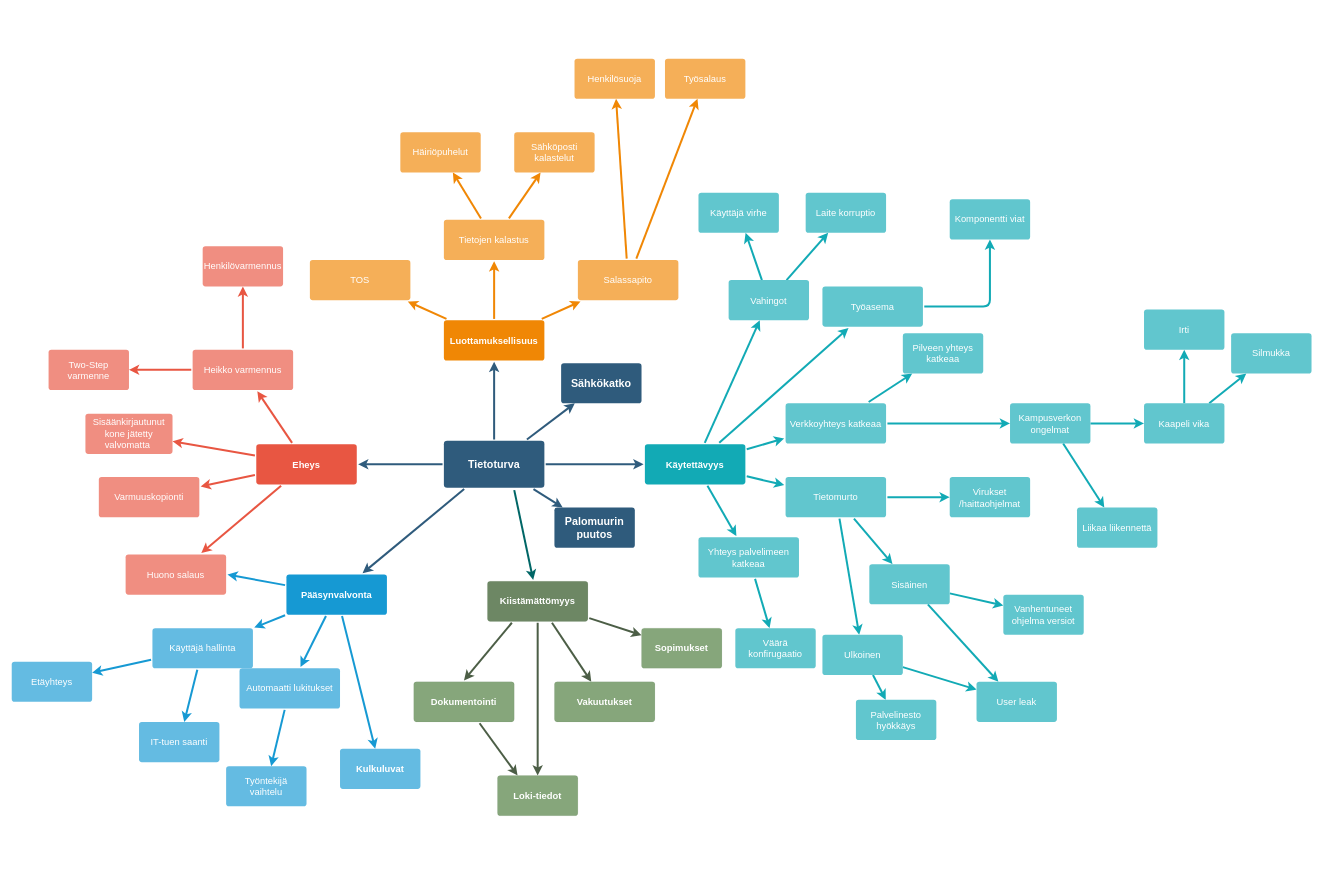
Above: docs/TietoturvaMindMap.drawio in eeroleppalehto/Kyberturvallisuus (draw.io), before the change. Source tidied: cells renumbered, new cells numbered last; positions are measured from the earlier drawing's top-left corner, leaving out a move shared by most shapes. Both pictures are drawn from the tidied source at 67%, with x=0, y=0 at pixel (11, 58).
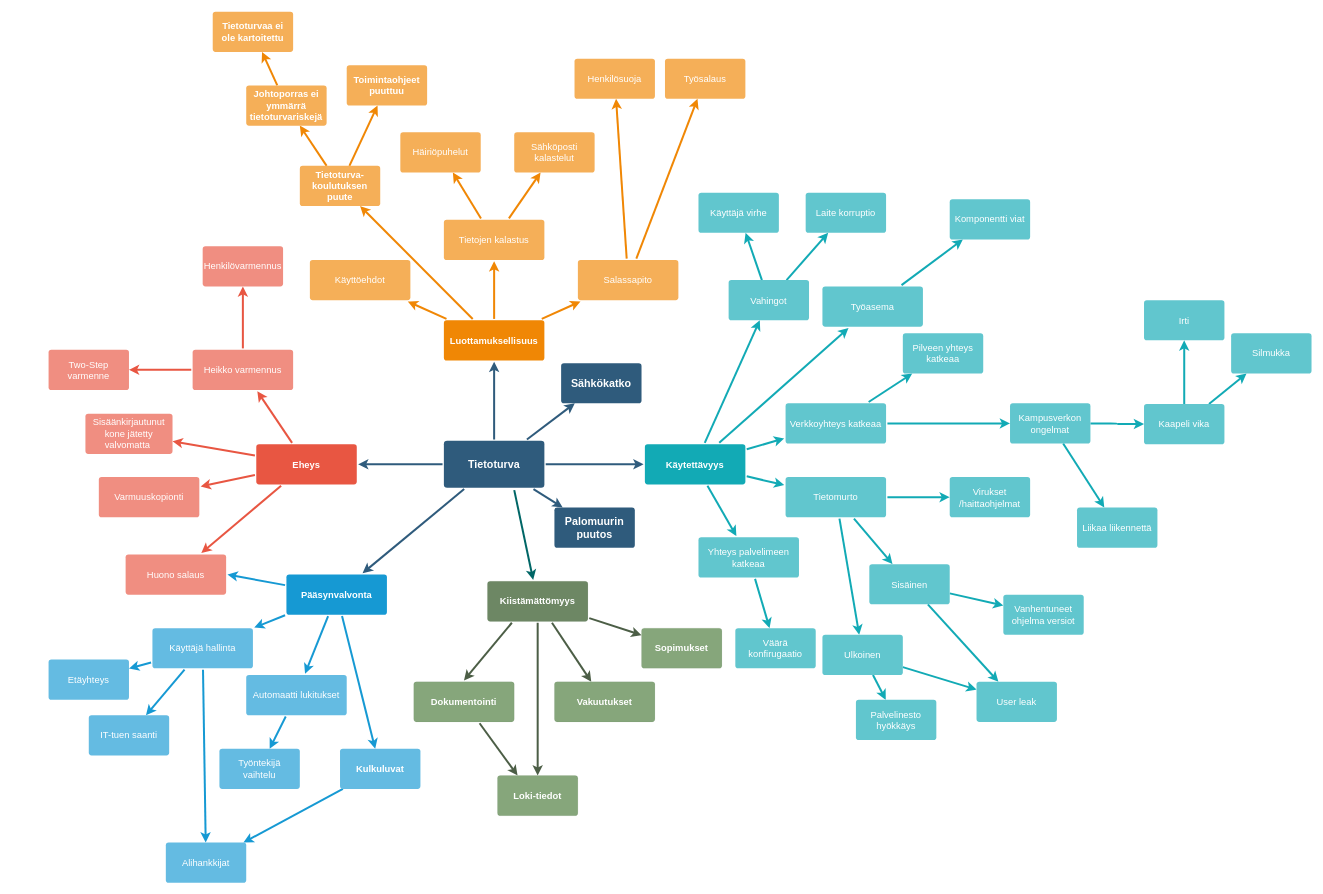
Above is the later version.

Unchanged cells that the change refers to:
```xml
<mxCell id="28" value="Käyttäjä hallinta" style="rounded=1;whiteSpace=wrap;html=1;shadow=0;labelBackgroundColor=none;strokeColor=none;strokeWidth=3;fillColor=#64bbe2;fontFamily=Helvetica;fontSize=14;fontColor=#FFFFFF;align=center;spacing=5;arcSize=7;perimeterSpacing=2;" parent="1" vertex="1">
  <mxGeometry x="210" y="850" width="150" height="60" as="geometry" />
</mxCell>
<mxCell id="29" value="Luottamuksellisuus" style="rounded=1;whiteSpace=wrap;html=1;shadow=0;labelBackgroundColor=none;strokeColor=none;strokeWidth=3;fillColor=#F08705;fontFamily=Helvetica;fontSize=14;fontColor=#FFFFFF;align=center;spacing=5;fontStyle=1;arcSize=7;perimeterSpacing=2;" parent="1" vertex="1">
  <mxGeometry x="645" y="390.5" width="150" height="60" as="geometry" />
</mxCell>
<mxCell id="55" value="Työasema" style="rounded=1;whiteSpace=wrap;html=1;shadow=0;labelBackgroundColor=none;strokeColor=none;strokeWidth=3;fillColor=#61c6ce;fontFamily=Helvetica;fontSize=14;fontColor=#FFFFFF;align=center;spacing=5;fontStyle=0;arcSize=7;perimeterSpacing=2;" parent="1" vertex="1">
  <mxGeometry x="1210" y="340" width="150" height="60" as="geometry" />
</mxCell>
<mxCell id="105" value="Komponentti viat" style="whiteSpace=wrap;html=1;fontSize=14;fillColor=#61c6ce;strokeColor=none;fontColor=#FFFFFF;rounded=1;shadow=0;labelBackgroundColor=none;strokeWidth=3;spacing=5;fontStyle=0;arcSize=7;" parent="1" vertex="1">
  <mxGeometry x="1400" y="210" width="120" height="60" as="geometry" />
</mxCell>
<mxCell id="106" value="Kulkuluvat" style="whiteSpace=wrap;html=1;fontSize=14;fillColor=#64bbe2;strokeColor=none;fontColor=#FFFFFF;rounded=1;shadow=0;labelBackgroundColor=none;strokeWidth=3;spacing=5;fontStyle=1;arcSize=7;" parent="1" vertex="1">
  <mxGeometry x="490" y="1030" width="120" height="60" as="geometry" />
</mxCell>
```

Change to the diagram source:
```diff
@@
     <mxCell id="25" value="Automaatti lukitukset" style="rounded=1;whiteSpace=wrap;html=1;shadow=0;labelBackgroundColor=none;strokeColor=none;strokeWidth=3;fillColor=#64bbe2;fontFamily=Helvetica;fontSize=14;fontColor=#FFFFFF;align=center;spacing=5;arcSize=7;perimeterSpacing=2;" parent="1" vertex="1">
-      <mxGeometry x="340" y="910" width="150" height="60" as="geometry" />
+      <mxGeometry x="350" y="920" width="150" height="60" as="geometry" />
     </mxCell>
@@
+    <mxCell id="108" style="edgeStyle=none;rounded=0;jettySize=auto;html=1;labelBackgroundColor=none;fontSize=14;strokeColor=#1699D3;fontColor=#FFFFFF;shadow=0;startArrow=none;startFill=0;endFill=1;strokeWidth=3;spacing=5;" parent="1" edge="1" source="28" target="116">
+      <mxGeometry relative="1" as="geometry" />
+    </mxCell>
@@
+    <mxCell id="109" style="edgeStyle=none;rounded=0;jettySize=auto;html=1;labelBackgroundColor=none;fontSize=14;strokeColor=#F08705;fontColor=#FFFFFF;shadow=0;startArrow=none;startFill=0;endFill=1;strokeWidth=3;spacing=5;" parent="1" edge="1" source="115" target="113">
+      <mxGeometry relative="1" as="geometry" />
+    </mxCell>
+    <mxCell id="110" style="edgeStyle=none;rounded=0;jettySize=auto;html=1;labelBackgroundColor=none;fontSize=14;strokeColor=#F08705;fontColor=#FFFFFF;shadow=0;startArrow=none;startFill=0;endFill=1;strokeWidth=3;spacing=5;" parent="1" edge="1" source="29" target="115">
+      <mxGeometry relative="1" as="geometry" />
+    </mxCell>
@@
-    <mxCell id="38" value="TOS" style="rounded=1;whiteSpace=wrap;html=1;shadow=0;labelBackgroundColor=none;strokeColor=none;strokeWidth=3;fillColor=#f5af58;fontFamily=Helvetica;fontSize=14;fontColor=#FFFFFF;align=center;spacing=5;arcSize=7;perimeterSpacing=2;" parent="1" vertex="1">
+    <mxCell id="38" value="Käyttöehdot" style="rounded=1;whiteSpace=wrap;html=1;shadow=0;labelBackgroundColor=none;strokeColor=none;strokeWidth=3;fillColor=#f5af58;fontFamily=Helvetica;fontSize=14;fontColor=#FFFFFF;align=center;spacing=5;arcSize=7;perimeterSpacing=2;" parent="1" vertex="1">
       <mxGeometry x="445" y="300.5" width="150" height="60" as="geometry" />
     </mxCell>
@@
-    <mxCell id="54" style="edgeStyle=orthogonalEdgeStyle;rounded=1;jettySize=auto;html=1;strokeColor=#12AAB5;strokeWidth=3;labelBackgroundColor=none;fontSize=14;fontColor=#FFFFFF;shadow=0;startArrow=none;startFill=0;spacing=5;fontStyle=1;fillColor=#b0e3e6;" parent="1" edge="1" source="55" target="105">
+    <mxCell id="54" style="rounded=1;jettySize=auto;html=1;strokeColor=#12AAB5;strokeWidth=3;labelBackgroundColor=none;fontSize=14;fontColor=#FFFFFF;shadow=0;startArrow=none;startFill=0;spacing=5;fontStyle=1;fillColor=#b0e3e6;" parent="1" edge="1" source="55" target="105">
       <mxGeometry relative="1" as="geometry" />
     </mxCell>
@@
     <mxCell id="80" value="IT-tuen saanti" style="whiteSpace=wrap;html=1;fontSize=14;fillColor=#64bbe2;strokeColor=none;fontColor=#FFFFFF;rounded=1;shadow=0;labelBackgroundColor=none;strokeWidth=3;spacing=5;arcSize=7;" parent="1" vertex="1">
-      <mxGeometry x="190" y="990" width="120" height="60" as="geometry" />
+      <mxGeometry x="115" y="980" width="120" height="60" as="geometry" />
     </mxCell>
@@
     <mxCell id="83" value="Työntekijä vaihtelu" style="whiteSpace=wrap;html=1;fontSize=14;fillColor=#64bbe2;strokeColor=none;fontColor=#FFFFFF;rounded=1;shadow=0;labelBackgroundColor=none;strokeWidth=3;spacing=5;arcSize=7;" parent="1" vertex="1">
-      <mxGeometry x="320" y="1056" width="120" height="60" as="geometry" />
+      <mxGeometry x="310" y="1030" width="120" height="60" as="geometry" />
     </mxCell>
@@
     <mxCell id="92" value="Etäyhteys" style="whiteSpace=wrap;html=1;fontSize=14;fillColor=#64bbe2;strokeColor=none;fontColor=#FFFFFF;rounded=1;shadow=0;labelBackgroundColor=none;strokeWidth=3;spacing=5;arcSize=7;" parent="1" vertex="1">
-      <mxGeometry y="900" width="120" height="60" as="geometry" />
+      <mxGeometry x="55" y="897" width="120" height="60" as="geometry" />
     </mxCell>
@@
     <mxCell id="101" value="Kaapeli vika" style="whiteSpace=wrap;html=1;fontSize=14;fillColor=#61c6ce;strokeColor=none;fontColor=#FFFFFF;rounded=1;shadow=0;labelBackgroundColor=none;strokeWidth=3;spacing=5;fontStyle=0;arcSize=7;" parent="1" vertex="1">
-      <mxGeometry x="1690" y="514.5" width="120" height="60" as="geometry" />
+      <mxGeometry x="1690" y="515.5" width="120" height="60" as="geometry" />
     </mxCell>
@@
     <mxCell id="103" value="Irti" style="whiteSpace=wrap;html=1;fontSize=14;fillColor=#61c6ce;strokeColor=none;fontColor=#FFFFFF;rounded=1;shadow=0;labelBackgroundColor=none;strokeWidth=3;spacing=5;fontStyle=0;arcSize=7;" parent="1" vertex="1">
-      <mxGeometry x="1690" y="374.5" width="120" height="60" as="geometry" />
+      <mxGeometry x="1690" y="360.5" width="120" height="60" as="geometry" />
     </mxCell>
@@
+    <mxCell id="111" style="edgeStyle=none;rounded=0;jettySize=auto;html=1;labelBackgroundColor=none;fontSize=14;strokeColor=#1699D3;fontColor=#FFFFFF;strokeWidth=3;shadow=0;startArrow=none;startFill=0;endFill=1;spacing=5;" parent="1" edge="1" source="106" target="116">
+      <mxGeometry relative="1" as="geometry" />
+    </mxCell>
@@
+    <mxCell id="112" style="edgeStyle=none;rounded=0;jettySize=auto;html=1;labelBackgroundColor=none;fontSize=14;strokeColor=#F08705;fontColor=#FFFFFF;shadow=0;startArrow=none;startFill=0;endFill=1;strokeWidth=3;spacing=5;" parent="1" edge="1" source="113" target="118">
+      <mxGeometry relative="1" as="geometry" />
+    </mxCell>
+    <mxCell id="113" value="Johtoporras ei ymmärrä&lt;br&gt;tietoturvariskejä" style="whiteSpace=wrap;html=1;fontSize=14;fillColor=#f5af58;strokeColor=none;fontColor=#FFFFFF;rounded=1;shadow=0;labelBackgroundColor=none;strokeWidth=3;spacing=5;fontStyle=1;arcSize=7;" parent="1" vertex="1">
+      <mxGeometry x="350" y="40" width="120" height="60" as="geometry" />
+    </mxCell>
+    <mxCell id="114" style="edgeStyle=none;rounded=0;jettySize=auto;html=1;labelBackgroundColor=none;fontSize=14;strokeColor=#F08705;fontColor=#FFFFFF;strokeWidth=3;shadow=0;startArrow=none;startFill=0;endFill=1;spacing=5;" parent="1" edge="1" source="115" target="117">
+      <mxGeometry relative="1" as="geometry" />
+    </mxCell>
+    <mxCell id="115" value="Tietoturva-koulutuksen&lt;br&gt;puute" style="whiteSpace=wrap;html=1;fontSize=14;fillColor=#f5af58;strokeColor=none;fontColor=#FFFFFF;rounded=1;shadow=0;labelBackgroundColor=none;strokeWidth=3;spacing=5;fontStyle=1;arcSize=7;" parent="1" vertex="1">
+      <mxGeometry x="430" y="160" width="120" height="60" as="geometry" />
+    </mxCell>
+    <mxCell id="116" value="Alihankkijat" style="whiteSpace=wrap;html=1;fontSize=14;fillColor=#64bbe2;strokeColor=none;fontColor=#FFFFFF;rounded=1;shadow=0;labelBackgroundColor=none;strokeWidth=3;spacing=5;arcSize=7;" parent="1" vertex="1">
+      <mxGeometry x="230" y="1170" width="120" height="60" as="geometry" />
+    </mxCell>
+    <mxCell id="117" value="Toimintaohjeet&lt;br&gt;puuttuu" style="whiteSpace=wrap;html=1;fontSize=14;fillColor=#f5af58;strokeColor=none;fontColor=#FFFFFF;rounded=1;shadow=0;labelBackgroundColor=none;strokeWidth=3;spacing=5;fontStyle=1;arcSize=7;" parent="1" vertex="1">
+      <mxGeometry x="500" y="10" width="120" height="60" as="geometry" />
+    </mxCell>
+    <mxCell id="118" value="Tietoturvaa ei ole kartoitettu" style="whiteSpace=wrap;html=1;fontSize=14;fillColor=#f5af58;strokeColor=none;fontColor=#FFFFFF;rounded=1;shadow=0;labelBackgroundColor=none;strokeWidth=3;spacing=5;fontStyle=1;arcSize=7;" parent="1" vertex="1">
+      <mxGeometry x="300" y="-70" width="120" height="60" as="geometry" />
+    </mxCell>
```
